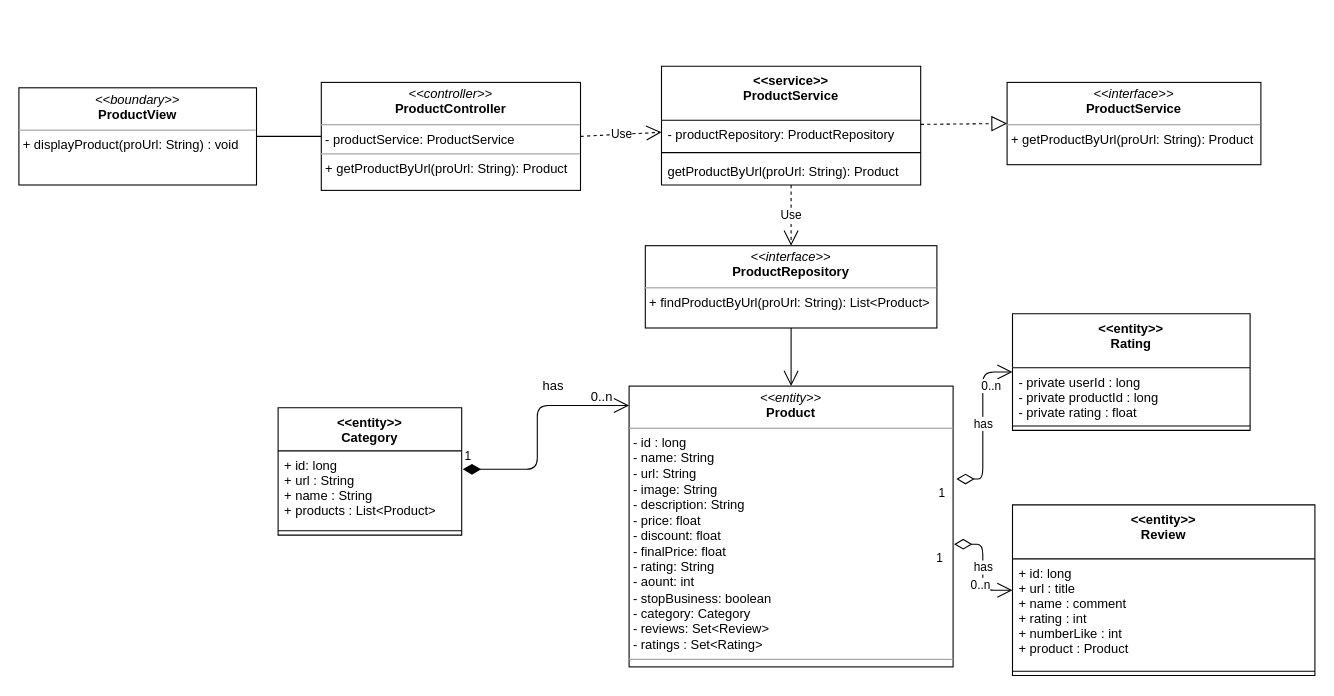
Earlier version of the draw.io diagram class diagram/get-productDetail-class-diagram.drawio (nguyenphamvan/datn_20202). Source tidied: cells renumbered, new cells numbered last; positions are measured from the earlier drawing's top-left corner, leaving out a move shared by most shapes. Both pictures are drawn from the tidied source at 108%, with x=0, y=0 at pixel (18, 66).
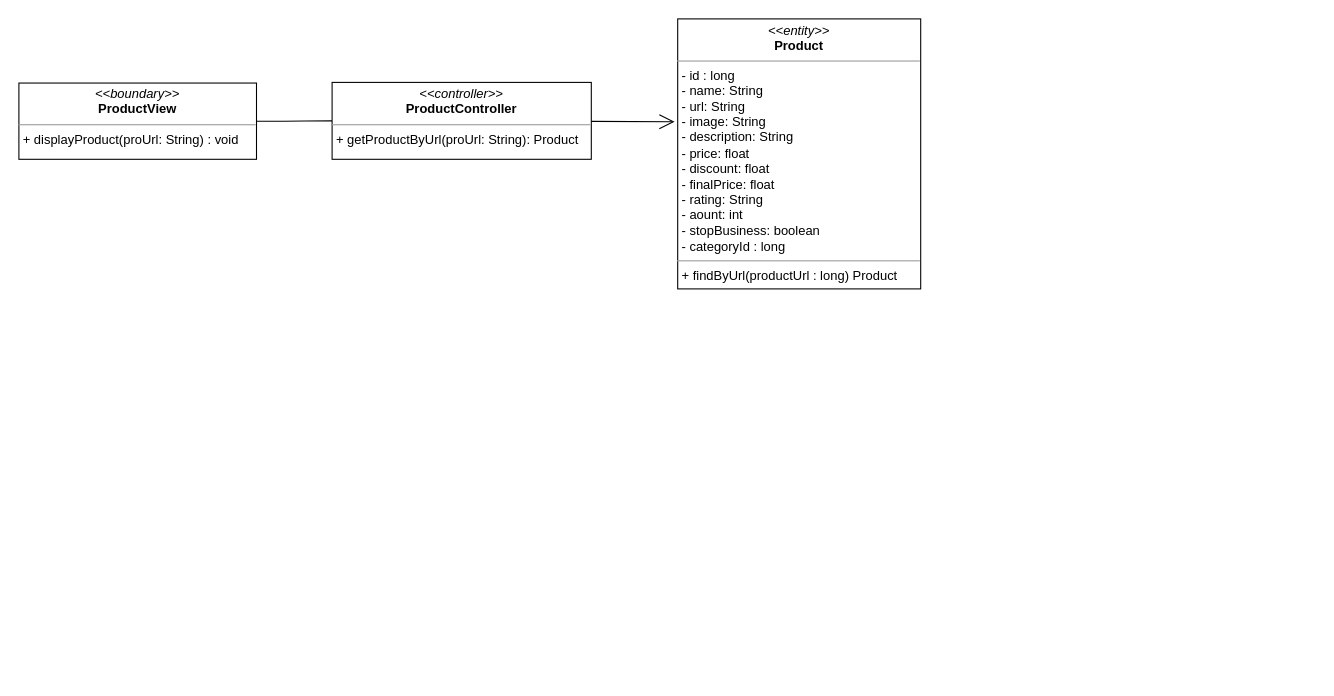
After the change.

Diff of the diagram source:
```diff
@@
     <mxCell id="2" value="&lt;p style=&quot;margin: 0px ; margin-top: 4px ; text-align: center&quot;&gt;&lt;i&gt;&amp;lt;&amp;lt;boundary&amp;gt;&amp;gt;&lt;/i&gt;&lt;br&gt;&lt;b&gt;ProductView&lt;/b&gt;&lt;/p&gt;&lt;hr size=&quot;1&quot;&gt;&lt;p style=&quot;margin: 0px ; margin-left: 4px&quot;&gt;&lt;span&gt;+ displayProduct(proUrl: String) : void&lt;/span&gt;&lt;/p&gt;" style="verticalAlign=top;align=left;overflow=fill;fontSize=12;fontFamily=Helvetica;html=1;" parent="1" vertex="1">
-      <mxGeometry y="19.8" width="220" height="90" as="geometry" />
+      <mxGeometry y="15.4" width="220" height="70.6" as="geometry" />
     </mxCell>
@@
-    <mxCell id="4" value="Use" style="endArrow=open;endSize=12;dashed=1;html=1;exitX=1;exitY=0.5;exitDx=0;exitDy=0;" parent="1" edge="1" source="5" target="25">
-      <mxGeometry relative="1" as="geometry" />
-    </mxCell>
-    <mxCell id="5" value="&lt;p style=&quot;margin: 0px ; margin-top: 4px ; text-align: center&quot;&gt;&lt;i&gt;&amp;lt;&amp;lt;controller&amp;gt;&amp;gt;&lt;/i&gt;&lt;br&gt;&lt;b&gt;ProductController&lt;/b&gt;&lt;br&gt;&lt;/p&gt;&lt;hr size=&quot;1&quot;&gt;&lt;p style=&quot;margin: 0px ; margin-left: 4px&quot;&gt;- productService: ProductService&lt;br&gt;&lt;/p&gt;&lt;hr size=&quot;1&quot;&gt;&lt;p style=&quot;margin: 0px ; margin-left: 4px&quot;&gt;+ getProductByUrl(proUrl: String): Product&lt;br&gt;&lt;/p&gt;" style="verticalAlign=top;align=left;overflow=fill;fontSize=12;fontFamily=Helvetica;html=1;" parent="1" vertex="1">
-      <mxGeometry x="280" y="14.8" width="240" height="100" as="geometry" />
+    <mxCell id="5" value="&lt;p style=&quot;margin: 0px ; margin-top: 4px ; text-align: center&quot;&gt;&lt;i&gt;&amp;lt;&amp;lt;controller&amp;gt;&amp;gt;&lt;/i&gt;&lt;br&gt;&lt;b&gt;ProductController&lt;/b&gt;&lt;/p&gt;&lt;hr size=&quot;1&quot;&gt;&lt;p style=&quot;margin: 0px ; margin-left: 4px&quot;&gt;+ getProductByUrl(proUrl: String): Product&lt;br&gt;&lt;/p&gt;" style="verticalAlign=top;align=left;overflow=fill;fontSize=12;fontFamily=Helvetica;html=1;" parent="1" vertex="1">
+      <mxGeometry x="290" y="14.8" width="240" height="71.2" as="geometry" />
     </mxCell>
-    <mxCell id="6" value="Use" style="endArrow=open;endSize=12;dashed=1;html=1;" parent="1" edge="1" source="25" target="32">
-      <mxGeometry relative="1" as="geometry" />
-    </mxCell>
-    <mxCell id="7" value="&lt;p style=&quot;margin: 0px ; margin-top: 4px ; text-align: center&quot;&gt;&lt;i&gt;&amp;lt;&amp;lt;entity&amp;gt;&amp;gt;&lt;/i&gt;&lt;br&gt;&lt;b&gt;Product&lt;/b&gt;&lt;/p&gt;&lt;hr size=&quot;1&quot;&gt;&lt;p style=&quot;margin: 0px ; margin-left: 4px&quot;&gt;- id : long&lt;/p&gt;&lt;p style=&quot;margin: 0px ; margin-left: 4px&quot;&gt;- name: String&lt;br&gt;- url: String&lt;/p&gt;&lt;p style=&quot;margin: 0px ; margin-left: 4px&quot;&gt;- image: String&lt;/p&gt;&lt;p style=&quot;margin: 0px ; margin-left: 4px&quot;&gt;- description: String&lt;/p&gt;&lt;p style=&quot;margin: 0px ; margin-left: 4px&quot;&gt;- price: float&lt;/p&gt;&lt;p style=&quot;margin: 0px ; margin-left: 4px&quot;&gt;- discount: float&lt;/p&gt;&lt;p style=&quot;margin: 0px ; margin-left: 4px&quot;&gt;- finalPrice: float&lt;/p&gt;&lt;p style=&quot;margin: 0px ; margin-left: 4px&quot;&gt;- rating: String&lt;/p&gt;&lt;p style=&quot;margin: 0px ; margin-left: 4px&quot;&gt;- aount: int&lt;/p&gt;&lt;p style=&quot;margin: 0px ; margin-left: 4px&quot;&gt;- stopBusiness: boolean&lt;/p&gt;&lt;p style=&quot;margin: 0px ; margin-left: 4px&quot;&gt;- category: Category&lt;/p&gt;&lt;p style=&quot;margin: 0px ; margin-left: 4px&quot;&gt;- reviews: Set&amp;lt;Review&amp;gt;&lt;/p&gt;&lt;p style=&quot;margin: 0px ; margin-left: 4px&quot;&gt;- ratings : Set&amp;lt;Rating&amp;gt;&lt;/p&gt;&lt;hr size=&quot;1&quot;&gt;&lt;p style=&quot;margin: 0px ; margin-left: 4px&quot;&gt;&lt;br&gt;&lt;/p&gt;" style="verticalAlign=top;align=left;overflow=fill;fontSize=12;fontFamily=Helvetica;html=1;" parent="1" vertex="1">
-      <mxGeometry x="565" y="296" width="300" height="260" as="geometry" />
+    <mxCell id="7" value="&lt;p style=&quot;margin: 0px ; margin-top: 4px ; text-align: center&quot;&gt;&lt;i&gt;&amp;lt;&amp;lt;entity&amp;gt;&amp;gt;&lt;/i&gt;&lt;br&gt;&lt;b&gt;Product&lt;/b&gt;&lt;/p&gt;&lt;hr size=&quot;1&quot;&gt;&lt;p style=&quot;margin: 0px ; margin-left: 4px&quot;&gt;- id : long&lt;/p&gt;&lt;p style=&quot;margin: 0px ; margin-left: 4px&quot;&gt;- name: String&lt;br&gt;- url: String&lt;/p&gt;&lt;p style=&quot;margin: 0px ; margin-left: 4px&quot;&gt;- image: String&lt;/p&gt;&lt;p style=&quot;margin: 0px ; margin-left: 4px&quot;&gt;- description: String&lt;/p&gt;&lt;p style=&quot;margin: 0px ; margin-left: 4px&quot;&gt;- price: float&lt;/p&gt;&lt;p style=&quot;margin: 0px ; margin-left: 4px&quot;&gt;- discount: float&lt;/p&gt;&lt;p style=&quot;margin: 0px ; margin-left: 4px&quot;&gt;- finalPrice: float&lt;/p&gt;&lt;p style=&quot;margin: 0px ; margin-left: 4px&quot;&gt;- rating: String&lt;/p&gt;&lt;p style=&quot;margin: 0px ; margin-left: 4px&quot;&gt;- aount: int&lt;/p&gt;&lt;p style=&quot;margin: 0px ; margin-left: 4px&quot;&gt;- stopBusiness: boolean&lt;/p&gt;&lt;p style=&quot;margin: 0px ; margin-left: 4px&quot;&gt;- categoryId : long&lt;/p&gt;&lt;hr size=&quot;1&quot;&gt;&lt;p style=&quot;margin: 0px ; margin-left: 4px&quot;&gt;+ findByUrl(productUrl : long) Product&lt;/p&gt;" style="verticalAlign=top;align=left;overflow=fill;fontSize=12;fontFamily=Helvetica;html=1;" parent="1" vertex="1">
+      <mxGeometry x="610" y="-44" width="225" height="250" as="geometry" />
     </mxCell>
-    <mxCell id="8" value="&lt;&lt;entity&gt;&gt;&#10;Category" style="swimlane;fontStyle=1;align=center;verticalAlign=top;horizontal=1;startSize=40;" parent="1" vertex="1">
-      <mxGeometry x="240" y="316" width="170" height="118" as="geometry" />
-    </mxCell>
-    <mxCell id="9" value="+ id: long&#10;+ url : String&#10;+ name : String&#10;+ products : List&lt;Product&gt;" style="text;strokeColor=none;fillColor=none;align=left;verticalAlign=top;spacingLeft=4;spacingRight=4;overflow=hidden;points=[[0,0.5],[1,0.5]];portConstraint=eastwest;" parent="8" vertex="1">
-      <mxGeometry y="40" width="170" height="70" as="geometry" />
-    </mxCell>
-    <mxCell id="10" style="line;strokeWidth=1;fillColor=none;align=left;verticalAlign=middle;spacingTop=-1;spacingLeft=3;spacingRight=3;labelPosition=right;" parent="8" vertex="1">
-      <mxGeometry y="110" width="170" height="8" as="geometry" />
-    </mxCell>
-    <mxCell id="11" value="has" style="endArrow=open;html=1;endSize=12;startArrow=diamondThin;startSize=14;startFill=0;edgeStyle=orthogonalEdgeStyle;exitX=1.003;exitY=0.563;exitDx=0;exitDy=0;exitPerimeter=0;" parent="1" edge="1" source="7" target="20">
-      <mxGeometry relative="1" as="geometry" />
-    </mxCell>
-    <mxCell id="12" value="1" style="edgeLabel;html=1;align=left;verticalAlign=top;" parent="11" vertex="1">
-      <mxGeometry x="-1" relative="1" as="geometry">
-        <mxPoint x="-18" as="offset" />
-      </mxGeometry>
-    </mxCell>
-    <mxCell id="13" value="0..n" style="edgeLabel;html=1;align=right;verticalAlign=top;" parent="11" vertex="1">
-      <mxGeometry x="1" relative="1" as="geometry">
-        <mxPoint x="-20" y="-18" as="offset" />
-      </mxGeometry>
-    </mxCell>
-    <mxCell id="14" value="has" style="endArrow=open;html=1;endSize=12;startArrow=diamondThin;startSize=14;startFill=0;edgeStyle=orthogonalEdgeStyle;exitX=1.01;exitY=0.331;exitDx=0;exitDy=0;exitPerimeter=0;" parent="1" edge="1" source="7" target="17">
-      <mxGeometry relative="1" as="geometry" />
-    </mxCell>
-    <mxCell id="15" value="1" style="edgeLabel;html=1;align=left;verticalAlign=top;" parent="14" vertex="1">
-      <mxGeometry x="-1" relative="1" as="geometry">
-        <mxPoint x="-18" as="offset" />
-      </mxGeometry>
-    </mxCell>
-    <mxCell id="16" value="0..n" style="edgeLabel;html=1;align=right;verticalAlign=top;" parent="14" vertex="1">
-      <mxGeometry x="1" relative="1" as="geometry">
-        <mxPoint x="-10" as="offset" />
-      </mxGeometry>
-    </mxCell>
-    <mxCell id="17" value="&lt;&lt;entity&gt;&gt;&#10;Rating" style="swimlane;fontStyle=1;align=center;verticalAlign=top;horizontal=1;startSize=50;" parent="1" vertex="1">
-      <mxGeometry x="920" y="229" width="220" height="108" as="geometry" />
-    </mxCell>
-    <mxCell id="18" value="- private userId : long&#10;- private productId : long&#10;- private rating : float" style="text;strokeColor=none;fillColor=none;align=left;verticalAlign=top;spacingLeft=4;spacingRight=4;overflow=hidden;" parent="17" vertex="1">
-      <mxGeometry y="50" width="220" height="50" as="geometry" />
-    </mxCell>
-    <mxCell id="19" style="line;strokeWidth=1;fillColor=none;align=left;verticalAlign=middle;spacingTop=-1;spacingLeft=3;spacingRight=3;labelPosition=right;" parent="17" vertex="1">
-      <mxGeometry y="100" width="220" height="8" as="geometry" />
-    </mxCell>
-    <mxCell id="20" value="&lt;&lt;entity&gt;&gt;&#10;Review" style="swimlane;fontStyle=1;align=center;verticalAlign=top;horizontal=1;startSize=50;" parent="1" vertex="1">
-      <mxGeometry x="920" y="406" width="280" height="158" as="geometry" />
-    </mxCell>
-    <mxCell id="21" value="+ id: long&#10;+ url : title&#10;+ name : comment&#10;+ rating : int&#10;+ numberLike : int&#10;+ product : Product" style="text;strokeColor=none;fillColor=none;align=left;verticalAlign=top;spacingLeft=4;spacingRight=4;overflow=hidden;" parent="20" vertex="1">
-      <mxGeometry y="50" width="280" height="100" as="geometry" />
-    </mxCell>
-    <mxCell id="22" style="line;strokeWidth=1;fillColor=none;align=left;verticalAlign=middle;spacingTop=-1;spacingLeft=3;spacingRight=3;labelPosition=right;" parent="20" vertex="1">
-      <mxGeometry y="150" width="280" height="8" as="geometry" />
-    </mxCell>
-    <mxCell id="23" value="&lt;p style=&quot;margin: 0px ; margin-top: 4px ; text-align: center&quot;&gt;&lt;i&gt;&amp;lt;&amp;lt;interface&amp;gt;&amp;gt;&lt;/i&gt;&lt;br&gt;&lt;b&gt;ProductService&lt;/b&gt;&lt;/p&gt;&lt;hr size=&quot;1&quot;&gt;&lt;p style=&quot;margin: 0px ; margin-left: 4px&quot;&gt;+ getProductByUrl(proUrl: String): Product&lt;/p&gt;" style="verticalAlign=top;align=left;overflow=fill;fontSize=12;fontFamily=Helvetica;html=1;" parent="1" vertex="1">
-      <mxGeometry x="915" y="14.8" width="235" height="76.2" as="geometry" />
-    </mxCell>
-    <mxCell id="24" style="endArrow=block;dashed=1;endFill=0;endSize=12;html=1;entryX=0;entryY=0.5;entryDx=0;entryDy=0;" parent="1" edge="1" source="25" target="23">
-      <mxGeometry relative="1" as="geometry" />
-    </mxCell>
-    <mxCell id="25" value="&lt;&lt;service&gt;&gt;&#10;ProductService" style="swimlane;fontStyle=1;align=center;verticalAlign=top;horizontal=1;startSize=50;" parent="1" vertex="1">
-      <mxGeometry x="595" y="-0.2" width="240" height="110" as="geometry" />
-    </mxCell>
-    <mxCell id="26" value="- productRepository: ProductRepository" style="text;strokeColor=none;fillColor=none;align=left;verticalAlign=top;spacingLeft=4;spacingRight=4;overflow=hidden;" parent="25" vertex="1">
-      <mxGeometry y="50" width="240" height="26" as="geometry" />
-    </mxCell>
-    <mxCell id="27" style="line;strokeWidth=1;fillColor=none;align=left;verticalAlign=middle;spacingTop=-1;spacingLeft=3;spacingRight=3;labelPosition=right;" parent="25" vertex="1">
-      <mxGeometry y="76" width="240" height="8" as="geometry" />
-    </mxCell>
-    <mxCell id="28" value="getProductByUrl(proUrl: String): Product" style="text;strokeColor=none;fillColor=none;align=left;verticalAlign=top;spacingLeft=4;spacingRight=4;overflow=hidden;" parent="25" vertex="1">
-      <mxGeometry y="84" width="240" height="26" as="geometry" />
-    </mxCell>
-    <mxCell id="29" value="1" style="endArrow=open;html=1;endSize=12;startArrow=diamondThin;startSize=14;startFill=1;edgeStyle=orthogonalEdgeStyle;align=left;verticalAlign=bottom;exitX=1.006;exitY=0.243;exitDx=0;exitDy=0;exitPerimeter=0;" parent="1" edge="1" source="9" target="7">
-      <mxGeometry x="-1" y="3" relative="1" as="geometry">
-        <Array as="points">
-          <mxPoint x="480" y="373" />
-          <mxPoint x="480" y="314" />
-        </Array>
-      </mxGeometry>
-    </mxCell>
-    <mxCell id="30" value="has" style="text;html=1;strokeColor=none;fillColor=none;align=center;verticalAlign=middle;whiteSpace=wrap;rounded=0;" parent="1" vertex="1">
-      <mxGeometry x="480" y="286" width="30" height="20" as="geometry" />
-    </mxCell>
-    <mxCell id="31" value="0..n" style="text;html=1;strokeColor=none;fillColor=none;align=center;verticalAlign=middle;whiteSpace=wrap;rounded=0;" parent="1" vertex="1">
-      <mxGeometry x="520" y="296" width="40" height="20" as="geometry" />
-    </mxCell>
-    <mxCell id="32" value="&lt;p style=&quot;margin: 0px ; margin-top: 4px ; text-align: center&quot;&gt;&lt;i&gt;&amp;lt;&amp;lt;interface&amp;gt;&amp;gt;&lt;/i&gt;&lt;br&gt;&lt;b&gt;ProductRepository&lt;/b&gt;&lt;/p&gt;&lt;hr size=&quot;1&quot;&gt;&lt;p style=&quot;margin: 0px ; margin-left: 4px&quot;&gt;+ findProductByUrl(proUrl: String): List&amp;lt;Product&amp;gt;&lt;/p&gt;" style="verticalAlign=top;align=left;overflow=fill;fontSize=12;fontFamily=Helvetica;html=1;" parent="1" vertex="1">
-      <mxGeometry x="580" y="166" width="270" height="76.2" as="geometry" />
-    </mxCell>
-    <mxCell id="33" style="endArrow=open;endFill=1;endSize=12;html=1;" parent="1" edge="1" source="32" target="7">
-      <mxGeometry relative="1" as="geometry" />
-    </mxCell>
+    <mxCell id="34" style="endArrow=open;endFill=1;endSize=12;html=1;entryX=-0.013;entryY=0.381;entryDx=0;entryDy=0;entryPerimeter=0;" parent="1" edge="1" source="5" target="7">
+      <mxGeometry relative="1" as="geometry" />
+    </mxCell>
```
